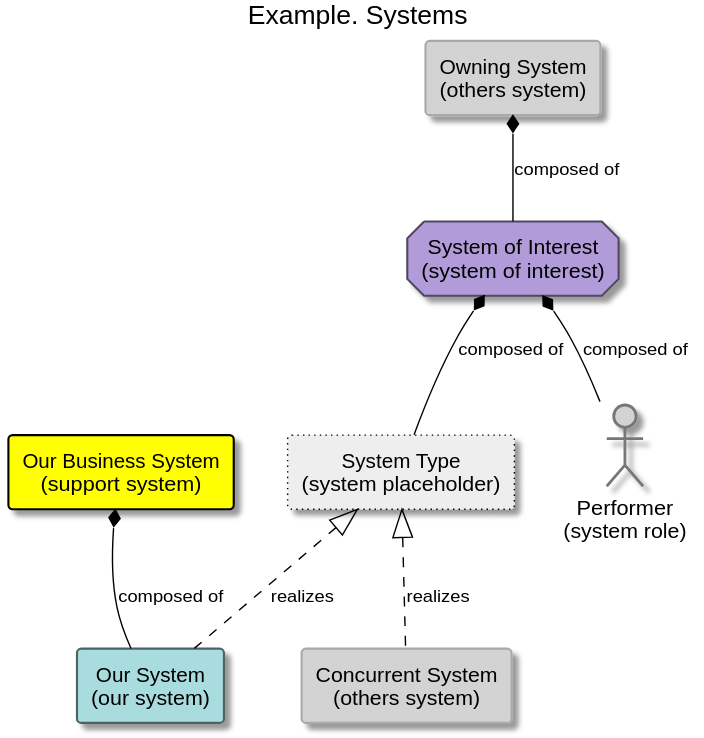
Earlier version of the PlantUML export src/test/puml/system/Ex_Systems.svg (smeagol74/semod).
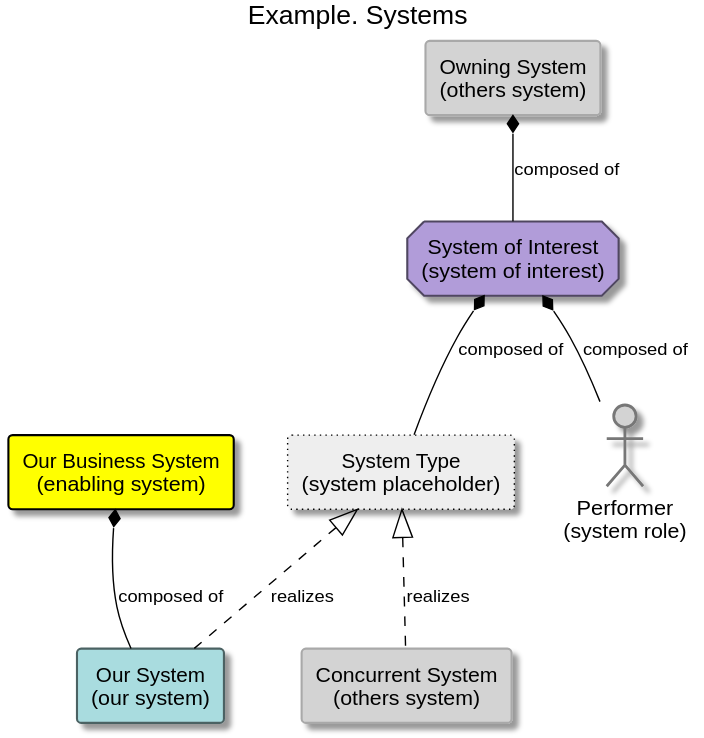
After the commit.

The edit, as a diff of the source:
```diff
@@ -150,8 +150,8 @@
     BorderColor<<system-placeholder>> black
     BackgroundColor<<system-placeholder>> #eeeeee
     BorderStyle<<system-placeholder>> dotted
-    BackgroundColor<<system-support>> #FFFF00
-    BorderColor<<system-support>> black
+    BackgroundColor<<system-enabling>> #FFFF00
+    BorderColor<<system-enabling>> black
 }
 skinparam actor<<system-role>> {
     BorderColor #777777
@@ -163,7 +163,7 @@
 hide <<system-our>> stereotype
 hide <<system-role>> stereotype
 hide <<system-placeholder>> stereotype
-hide <<system-support>> stereotype
+hide <<system-enabling>> stereotype
 
 
 
@@ -172,15 +172,15 @@
 
 rectangle "Concurrent System\n(others system)" <<system-other>> as SOther_2
 rectangle "System Type\n(system placeholder)" <<system-placeholder>> as System_Placeholder_1
+rectangle "Our Business System\n(enabling system)" <<system-enabling>> as System_SystemEnabling_1
 rectangle "System of Interest\n(system of interest)" <<system-of-interest>> as System_SystemOfInterest_1
 rectangle "Owning System\n(others system)" <<system-other>> as System_SystemOther_1
 rectangle "Our System\n(our system)" <<system-our>> as System_SystemOur_1
 actor "Performer\n(system role)" <<system-role>> as System_SystemRole_1
-rectangle "Our Business System\n(support system)" <<system-support>> as System_SystemSupport_1
 System_SystemOther_1 *-DOWN- System_SystemOfInterest_1 : "composed of"
 System_SystemOfInterest_1 *-DOWN- System_Placeholder_1 : "composed of"
 System_SystemOfInterest_1 *-DOWN- System_SystemRole_1 : "composed of"
-System_SystemSupport_1 *-DOWN- System_SystemOur_1 : "composed of"
+System_SystemEnabling_1 *-DOWN- System_SystemOur_1 : "composed of"
 System_SystemOur_1 .UP.|> System_Placeholder_1 : "realizes"
 SOther_2 .UP.|> System_Placeholder_1 : "realizes"
 @enduml
```
